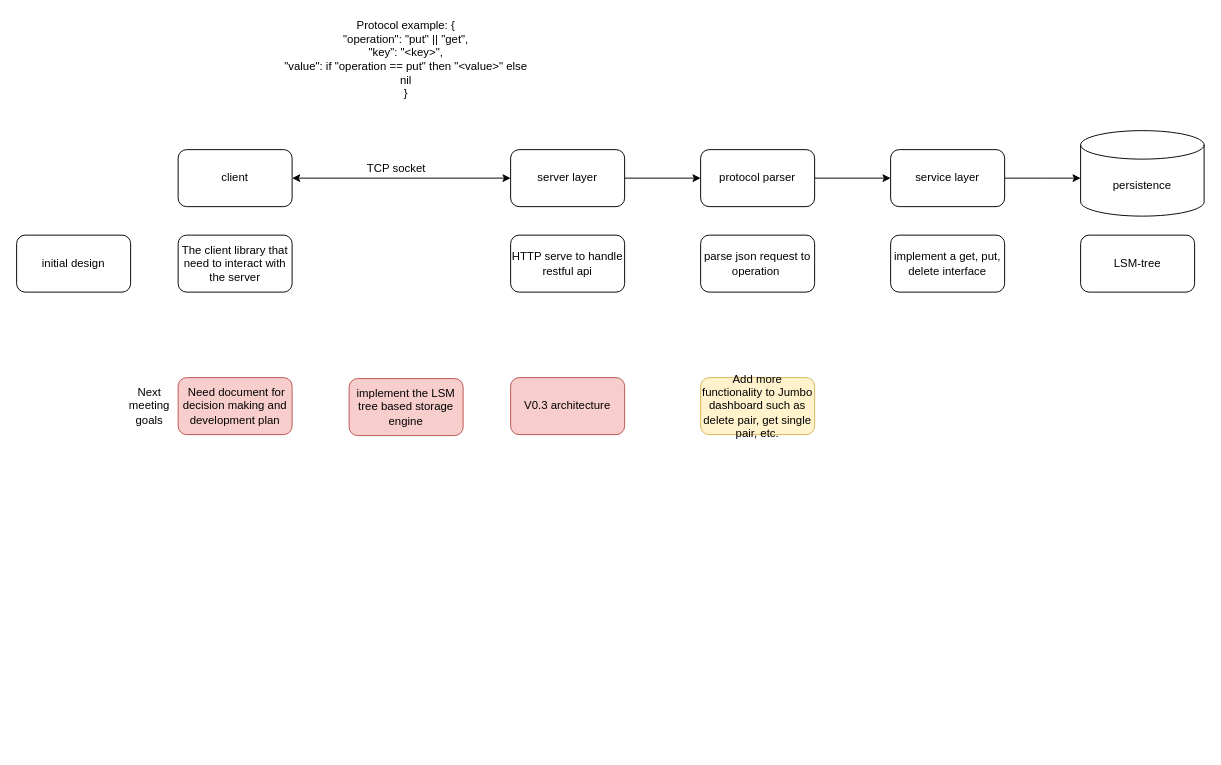
Before: design/V0.3.drawio in Shihao-Zhong/JumboDB, a draw.io diagram. Source tidied: cells renumbered, new cells numbered last; positions are measured from the earlier drawing's top-left corner, leaving out a move shared by most shapes. Both pictures are drawn from the tidied source at 95%, with x=0, y=0 at pixel (16, 16).
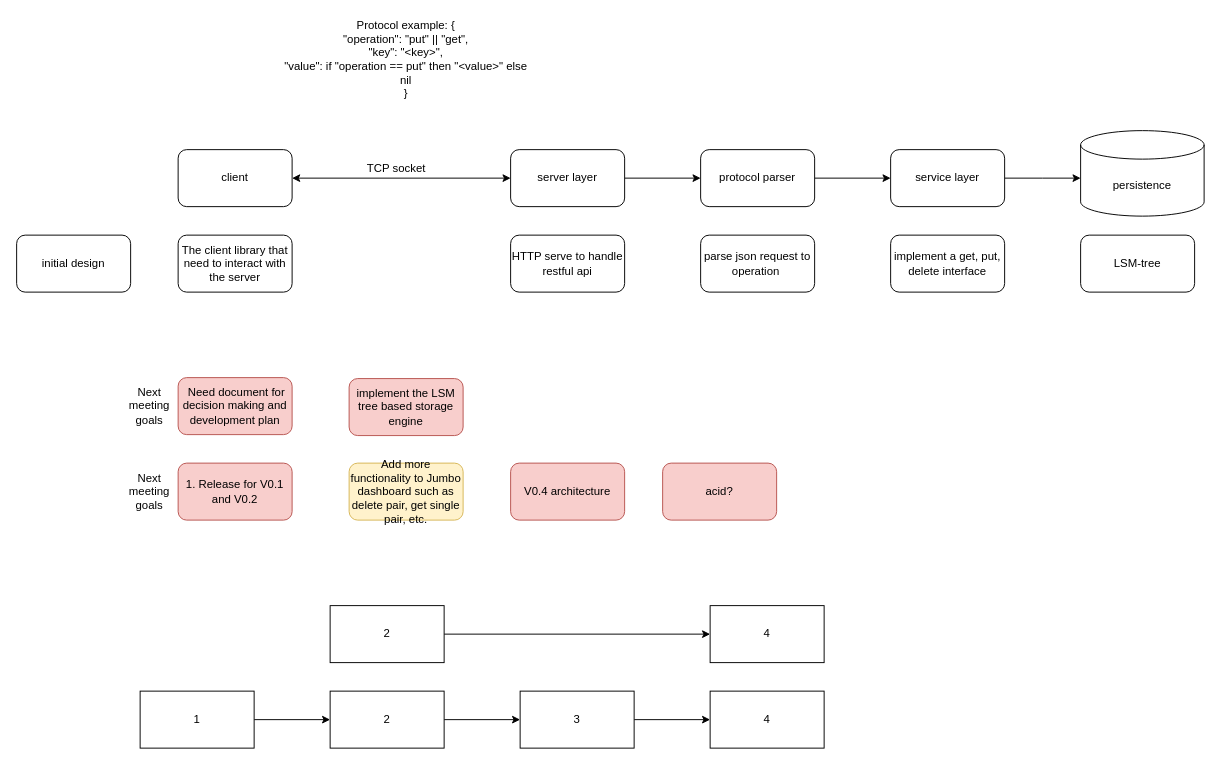
The same diagram, later.

What changed in the source:
```diff
@@
-    <mxCell id="18" value="V0.3 architecture" style="rounded=1;whiteSpace=wrap;html=1;fillColor=#f8cecc;strokeColor=#b85450;" parent="1" vertex="1">
-      <mxGeometry x="520" y="380" width="120" height="60" as="geometry" />
+    <mxCell id="18" value="V0.4 architecture" style="rounded=1;whiteSpace=wrap;html=1;fillColor=#f8cecc;strokeColor=#b85450;" parent="1" vertex="1">
+      <mxGeometry x="520" y="470" width="120" height="60" as="geometry" />
     </mxCell>
@@
     <mxCell id="20" value="Add more functionality to Jumbo dashboard such as delete pair, get single pair, etc." style="rounded=1;whiteSpace=wrap;html=1;fillColor=#fff2cc;strokeColor=#d6b656;" parent="1" vertex="1">
-      <mxGeometry x="720" y="380" width="120" height="60" as="geometry" />
+      <mxGeometry x="350" y="470" width="120" height="60" as="geometry" />
     </mxCell>
@@
+    <mxCell id="24" value="Next meeting goals" style="text;html=1;strokeColor=none;fillColor=none;align=center;verticalAlign=middle;whiteSpace=wrap;rounded=0;" parent="1" vertex="1">
+      <mxGeometry x="120" y="490" width="40" height="20" as="geometry" />
+    </mxCell>
+    <mxCell id="25" value="1. Release for V0.1 and V0.2" style="rounded=1;whiteSpace=wrap;html=1;fillColor=#f8cecc;strokeColor=#b85450;" parent="1" vertex="1">
+      <mxGeometry x="170" y="470" width="120" height="60" as="geometry" />
+    </mxCell>
+    <mxCell id="26" value="acid?" style="rounded=1;whiteSpace=wrap;html=1;fillColor=#f8cecc;strokeColor=#b85450;" parent="1" vertex="1">
+      <mxGeometry x="680" y="470" width="120" height="60" as="geometry" />
+    </mxCell>
+    <mxCell id="27" style="edgeStyle=orthogonalEdgeStyle;rounded=0;jettySize=auto;html=1;" parent="1" edge="1" source="28" target="30">
+      <mxGeometry relative="1" as="geometry" />
+    </mxCell>
+    <mxCell id="28" value="1" style="rounded=0;whiteSpace=wrap;html=1;" parent="1" vertex="1">
+      <mxGeometry x="130" y="710" width="120" height="60" as="geometry" />
+    </mxCell>
+    <mxCell id="29" style="edgeStyle=orthogonalEdgeStyle;rounded=0;jettySize=auto;html=1;" parent="1" edge="1" source="30" target="32">
+      <mxGeometry relative="1" as="geometry" />
+    </mxCell>
+    <mxCell id="30" value="2" style="rounded=0;whiteSpace=wrap;html=1;" parent="1" vertex="1">
+      <mxGeometry x="330" y="710" width="120" height="60" as="geometry" />
+    </mxCell>
+    <mxCell id="31" style="edgeStyle=orthogonalEdgeStyle;rounded=0;jettySize=auto;html=1;" parent="1" edge="1" source="32" target="33">
+      <mxGeometry relative="1" as="geometry" />
+    </mxCell>
+    <mxCell id="32" value="3" style="whiteSpace=wrap;html=1;rounded=0;" parent="1" vertex="1">
+      <mxGeometry x="530" y="710" width="120" height="60" as="geometry" />
+    </mxCell>
+    <mxCell id="33" value="4" style="whiteSpace=wrap;html=1;rounded=0;" parent="1" vertex="1">
+      <mxGeometry x="730" y="710" width="120" height="60" as="geometry" />
+    </mxCell>
+    <mxCell id="34" style="edgeStyle=orthogonalEdgeStyle;rounded=0;jettySize=auto;html=1;" parent="1" edge="1" source="35" target="36">
+      <mxGeometry relative="1" as="geometry" />
+    </mxCell>
+    <mxCell id="35" value="2" style="rounded=0;whiteSpace=wrap;html=1;" parent="1" vertex="1">
+      <mxGeometry x="330" y="620" width="120" height="60" as="geometry" />
+    </mxCell>
+    <mxCell id="36" value="4" style="rounded=0;whiteSpace=wrap;html=1;" parent="1" vertex="1">
+      <mxGeometry x="730" y="620" width="120" height="60" as="geometry" />
+    </mxCell>
```
